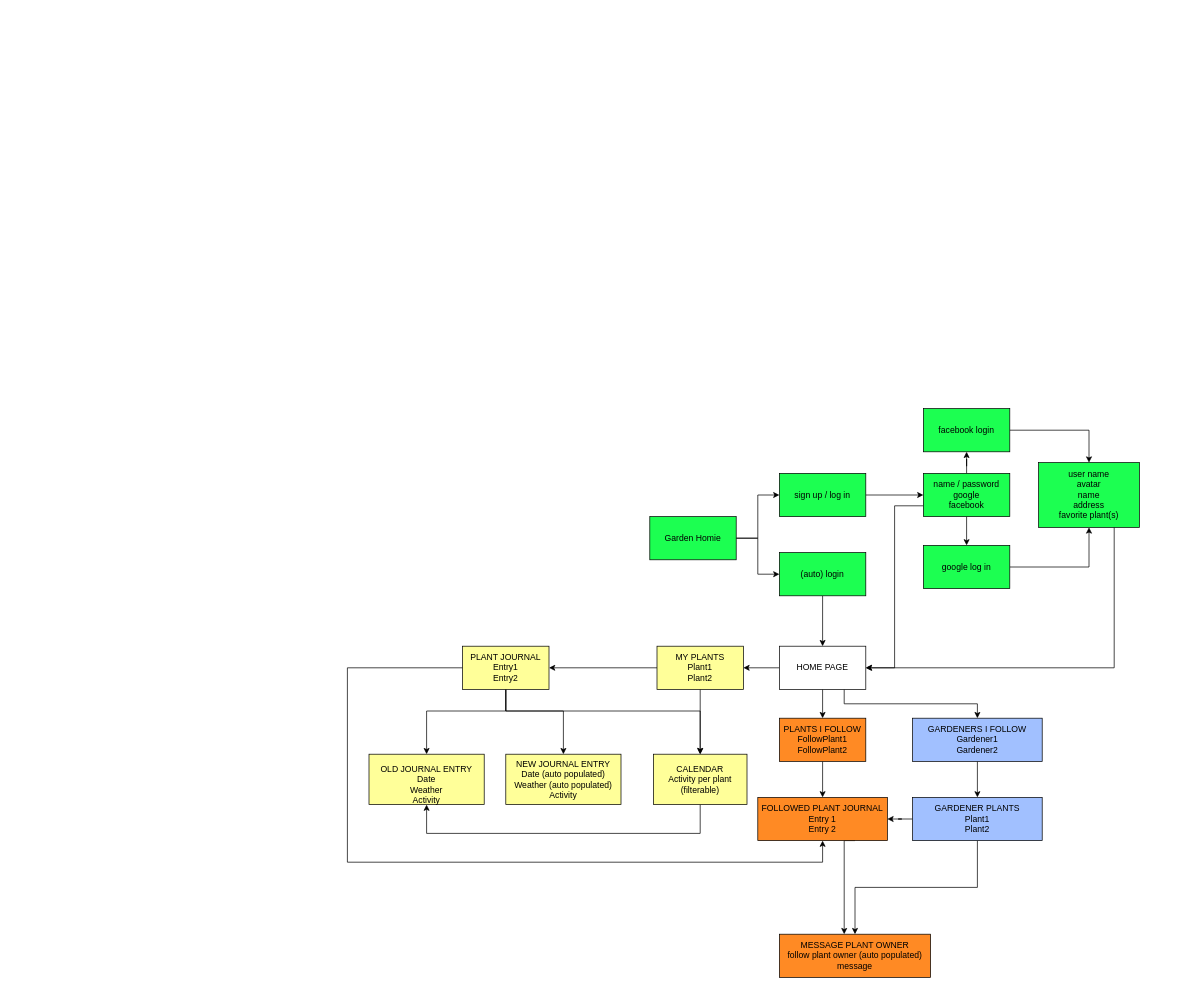
c3-tiffanyhui/coursera keeps this draw.io diagram as Garden_Homie_SiteMap.drawio. Above is the earlier version. Source tidied: cells renumbered, new cells numbered last; positions are measured from the earlier drawing's top-left corner, leaving out a move shared by most shapes. Both pictures are drawn from the tidied source at 72%, with x=0, y=0 at pixel (347, 408).
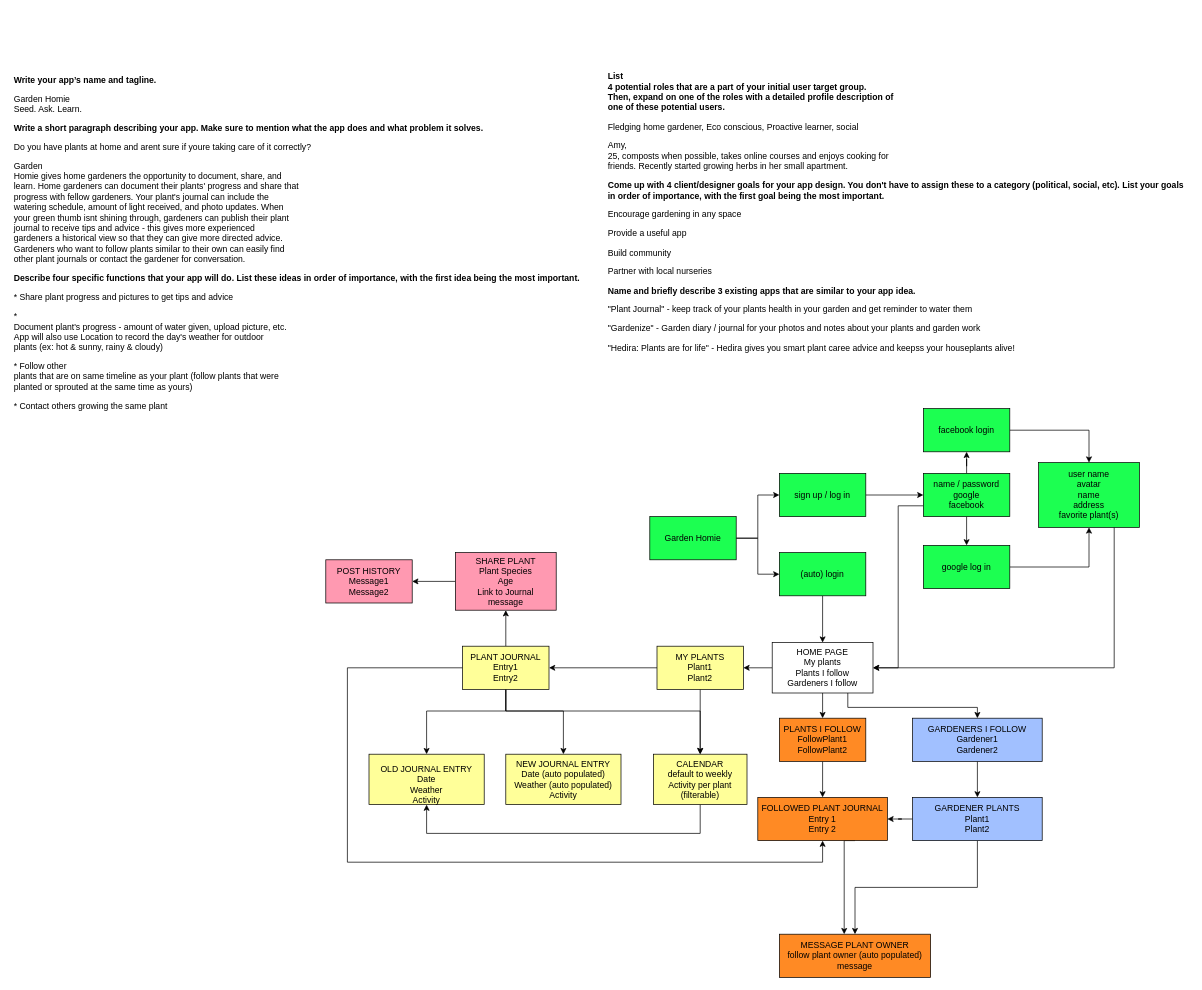
The same diagram, later.

Commit message:
With Week1 Prompt

The change refers to these unchanged cells:
```xml
<mxCell id="26" value="&lt;div&gt;PLANT JOURNAL&lt;/div&gt;&lt;div&gt;Entry1&lt;/div&gt;&lt;div&gt;Entry2&lt;br&gt;&lt;/div&gt;" style="rounded=0;whiteSpace=wrap;html=1;fillColor=#FFFF99;" parent="1" vertex="1">
  <mxGeometry x="160" y="330" width="120" height="60" as="geometry" />
</mxCell>
<mxCell id="41" value="&lt;div&gt;GARDENERS I FOLLOW&lt;/div&gt;&lt;div&gt;Gardener1&lt;/div&gt;&lt;div&gt;Gardener2&lt;br&gt;&lt;/div&gt;" style="rounded=0;whiteSpace=wrap;html=1;fillColor=#A1C0FF;" parent="1" vertex="1">
  <mxGeometry x="785" y="430" width="180" height="60" as="geometry" />
</mxCell>
```

The edit, as a diff of the source:
```diff
@@
+    <mxCell id="45" style="edgeStyle=orthogonalEdgeStyle;rounded=0;jettySize=auto;html=1;" parent="1" edge="1" source="26" target="47">
+      <mxGeometry relative="1" as="geometry" />
+    </mxCell>
@@
-    <mxCell id="30" value="&lt;div&gt;CALENDAR&lt;br&gt;&lt;/div&gt;&lt;div&gt;Activity per plant (filterable)&lt;br&gt;&lt;/div&gt;" style="rounded=0;whiteSpace=wrap;html=1;fillColor=#FFFF99;" parent="1" vertex="1">
+    <mxCell id="30" value="&lt;div&gt;CALENDAR&lt;/div&gt;&lt;div&gt;default to weekly&lt;br&gt;&lt;/div&gt;&lt;div&gt;Activity per plant (filterable)&lt;br&gt;&lt;/div&gt;" style="rounded=0;whiteSpace=wrap;html=1;fillColor=#FFFF99;" parent="1" vertex="1">
       <mxGeometry x="425" y="480" width="130" height="70" as="geometry" />
     </mxCell>
@@
     <mxCell id="33" style="edgeStyle=orthogonalEdgeStyle;rounded=0;jettySize=auto;html=1;exitX=0.75;exitY=1;exitDx=0;exitDy=0;" parent="1" edge="1" source="34" target="41">
-      <mxGeometry relative="1" as="geometry" />
+      <mxGeometry relative="1" as="geometry">
+        <Array as="points">
+          <mxPoint x="695" y="415" />
+          <mxPoint x="875" y="415" />
+        </Array>
+      </mxGeometry>
     </mxCell>
-    <mxCell id="34" value="HOME PAGE" style="rounded=0;whiteSpace=wrap;html=1;fillColor=#FFFFFF;" parent="1" vertex="1">
-      <mxGeometry x="600" y="330" width="120" height="60" as="geometry" />
+    <mxCell id="34" value="&lt;div&gt;HOME PAGE&lt;/div&gt;&lt;div&gt;My plants&lt;/div&gt;&lt;div&gt;Plants I follow&lt;/div&gt;&lt;div&gt;Gardeners I follow&lt;br&gt;&lt;/div&gt;" style="rounded=0;whiteSpace=wrap;html=1;fillColor=#FFFFFF;" parent="1" vertex="1">
+      <mxGeometry x="590" y="325" width="140" height="70" as="geometry" />
     </mxCell>
@@
+    <mxCell id="46" style="edgeStyle=orthogonalEdgeStyle;rounded=0;jettySize=auto;html=1;" parent="1" edge="1" source="47" target="48">
+      <mxGeometry relative="1" as="geometry" />
+    </mxCell>
+    <mxCell id="47" value="&lt;div&gt;SHARE PLANT&lt;/div&gt;&lt;div&gt;Plant Species&lt;/div&gt;&lt;div&gt;Age&lt;/div&gt;&lt;div&gt;Link to Journal&lt;br&gt;&lt;/div&gt;&lt;div&gt;message&lt;br&gt;&lt;/div&gt;" style="rounded=0;whiteSpace=wrap;html=1;fillColor=#FF99B1;" parent="1" vertex="1">
+      <mxGeometry x="150" y="200" width="140" height="80" as="geometry" />
+    </mxCell>
+    <mxCell id="48" value="&lt;div&gt;POST HISTORY&lt;/div&gt;&lt;div&gt;Message1&lt;/div&gt;&lt;div&gt;Message2&lt;br&gt;&lt;/div&gt;" style="rounded=0;whiteSpace=wrap;html=1;fillColor=#FF99B1;" parent="1" vertex="1">
+      <mxGeometry x="-30" y="210" width="120" height="60" as="geometry" />
+    </mxCell>
+    <mxCell id="49" value="&lt;div class=&quot;prompt caption-text color-secondary-text&quot; align=&quot;left&quot;&gt;&lt;div id=&quot;&quot; class=&quot;rc-CML styled show-soft-breaks&quot; dir=&quot;auto&quot;&gt;&lt;div&gt;&lt;p&gt;&lt;b&gt;Write your app’s name and tagline.&lt;/b&gt;&lt;/p&gt;&lt;/div&gt;&lt;/div&gt;&lt;/div&gt;&lt;div class=&quot;body-1-text scrollable&quot; align=&quot;left&quot;&gt;&lt;span class=&quot;rc-PlainTextView&quot;&gt;&lt;p class=&quot;body-1-text&quot; style=&quot;overflow-wrap: break-word&quot;&gt;Garden Homie&lt;br&gt;Seed. Ask. Learn.&lt;/p&gt;&lt;/span&gt;&lt;div class=&quot;prompt caption-text color-secondary-text&quot;&gt;&lt;div id=&quot;&quot; class=&quot;rc-CML styled show-soft-breaks&quot; dir=&quot;auto&quot;&gt;&lt;div&gt;&lt;p&gt;&lt;b&gt;Write a short paragraph describing your app. Make sure to mention what the app does and what problem it solves.&lt;/b&gt;&lt;/p&gt;&lt;/div&gt;&lt;/div&gt;&lt;/div&gt;&lt;div class=&quot;body-1-text scrollable&quot;&gt;&lt;div&gt;&lt;span&gt;&lt;p&gt;Do you have plants at home and arent sure if youre taking care of it correctly? &lt;/p&gt;&lt;p&gt;Garden&lt;br&gt; Homie gives home gardeners the opportunity to document, share, and &lt;br&gt;learn. Home gardeners can document their plants' progress and share that&lt;br&gt; progress with fellow gardeners. Your plant's journal can include the &lt;br&gt;watering schedule, amount of light received, and photo updates. When &lt;br&gt;your green thumb isnt shining through, gardeners can publish their plant&lt;br&gt; journal to receive tips and advice - this gives more experienced &lt;br&gt;gardeners a historical view so that they can give more directed advice. &lt;br&gt;Gardeners who want to follow plants similar to their own can easily find&lt;br&gt; other plant journals or contact the gardener for conversation. &lt;br&gt;&lt;/p&gt;&lt;/span&gt;&lt;div class=&quot;prompt caption-text color-secondary-text&quot;&gt;&lt;div id=&quot;&quot; class=&quot;rc-CML styled show-soft-breaks&quot; dir=&quot;auto&quot;&gt;&lt;div&gt;&lt;p&gt;&lt;b&gt;Describe four specific functions that your app will do. List these ideas in order of importance, with the first idea being the most important. &lt;/b&gt;&lt;/p&gt;&lt;/div&gt;&lt;/div&gt;&lt;/div&gt;&lt;div class=&quot;body-1-text scrollable&quot;&gt;&lt;div&gt;&lt;span&gt;&lt;p&gt;* Share plant progress and pictures to get tips and advice&lt;/p&gt;&lt;p&gt;*&lt;br&gt; Document plant's progress - amount of water given, upload picture, etc.&lt;br&gt; App will also use Location to record the day's weather for outdoor &lt;br&gt;plants (ex: hot &amp;amp; sunny, rainy &amp;amp; cloudy)&lt;/p&gt;&lt;p&gt;* Follow other &lt;br&gt;plants that are on same timeline as your plant (follow plants that were &lt;br&gt;planted or sprouted at the same time as yours)&lt;/p&gt;&lt;p&gt;* Contact others growing the same plant&lt;/p&gt;&lt;/span&gt;&lt;span&gt;&lt;/span&gt;&lt;/div&gt;&lt;/div&gt;&lt;span&gt;&lt;/span&gt;&lt;/div&gt;&lt;/div&gt;&lt;span class=&quot;rc-PlainTextView&quot;&gt;&lt;/span&gt;&lt;/div&gt;" style="text;html=1;strokeColor=none;fillColor=none;align=left;verticalAlign=middle;whiteSpace=wrap;rounded=0;" parent="1" vertex="1">
+      <mxGeometry x="-465" y="-550" width="800" height="640" as="geometry" />
+    </mxCell>
+    <mxCell id="50" value="&lt;div&gt;&lt;br&gt;&lt;/div&gt;&lt;div&gt;&lt;div class=&quot;prompt caption-text color-secondary-text&quot;&gt;&lt;div id=&quot;&quot; class=&quot;rc-CML styled show-soft-breaks&quot; dir=&quot;auto&quot;&gt;&lt;div&gt;&lt;p&gt;&lt;b&gt;List&lt;br/&gt; 4 potential roles that are a part of your initial user target group. &lt;br/&gt;Then, expand on one of the roles with a detailed profile description of &lt;br/&gt;one of these potential users. &lt;/b&gt;&lt;/p&gt;&lt;/div&gt;&lt;/div&gt;&lt;/div&gt;&lt;div class=&quot;body-1-text scrollable&quot;&gt;&lt;div&gt;&lt;span&gt;&lt;p&gt;Fledging home gardener, Eco conscious, Proactive learner, social&lt;/p&gt;&lt;p&gt;Amy,&lt;br&gt; 25, composts when possible, takes online courses and enjoys cooking for&lt;br&gt; friends. Recently started growing herbs in her small apartment.&lt;/p&gt;&lt;/span&gt;&lt;/div&gt;&lt;/div&gt;&lt;/div&gt;&lt;div class=&quot;prompt caption-text color-secondary-text&quot; align=&quot;left&quot;&gt;&lt;div id=&quot;&quot; class=&quot;rc-CML styled show-soft-breaks&quot; dir=&quot;auto&quot;&gt;&lt;div&gt;&lt;p&gt;&lt;b&gt;Come up with 4 client/designer goals for your app design. You don't have to assign these to a category (political, social, etc). List your goals in order of importance, with the first goal being the most important. &lt;/b&gt;&lt;/p&gt;&lt;/div&gt;&lt;/div&gt;&lt;/div&gt;&lt;div class=&quot;body-1-text scrollable&quot; align=&quot;left&quot;&gt;&lt;div&gt;&lt;span&gt;&lt;p&gt;Encourage gardening in any space&lt;/p&gt;&lt;p&gt;Provide a useful app&lt;/p&gt;&lt;p&gt;Build community&lt;/p&gt;&lt;p&gt;Partner with local nurseries&lt;/p&gt;&lt;/span&gt;&lt;div class=&quot;prompt caption-text color-secondary-text&quot;&gt;&lt;div id=&quot;&quot; class=&quot;rc-CML styled show-soft-breaks&quot; dir=&quot;auto&quot;&gt;&lt;div&gt;&lt;p&gt;&lt;b&gt;Name and briefly describe 3 existing apps that are similar to your app idea.&lt;/b&gt;&lt;/p&gt;&lt;/div&gt;&lt;/div&gt;&lt;/div&gt;&lt;div class=&quot;body-1-text scrollable&quot;&gt;&lt;div&gt;&lt;span&gt;&lt;p&gt;&quot;Plant Journal&quot; - keep track of your plants health in your garden and get reminder to water them&lt;/p&gt;&lt;p&gt;&quot;Gardenize&quot; - Garden diary / journal for your photos and notes about your plants and garden work &lt;/p&gt;&lt;p&gt;&quot;Hedira: Plants are for life&quot; - Hedira gives you smart plant caree advice and keepss your houseplants alive! &lt;/p&gt;&lt;/span&gt;&lt;/div&gt;&lt;/div&gt;&lt;span&gt;&lt;/span&gt;&lt;/div&gt;&lt;/div&gt;" style="text;html=1;strokeColor=none;fillColor=none;align=left;verticalAlign=middle;whiteSpace=wrap;rounded=0;" parent="1" vertex="1">
+      <mxGeometry x="360" y="-470" width="810" height="380" as="geometry" />
+    </mxCell>
```
